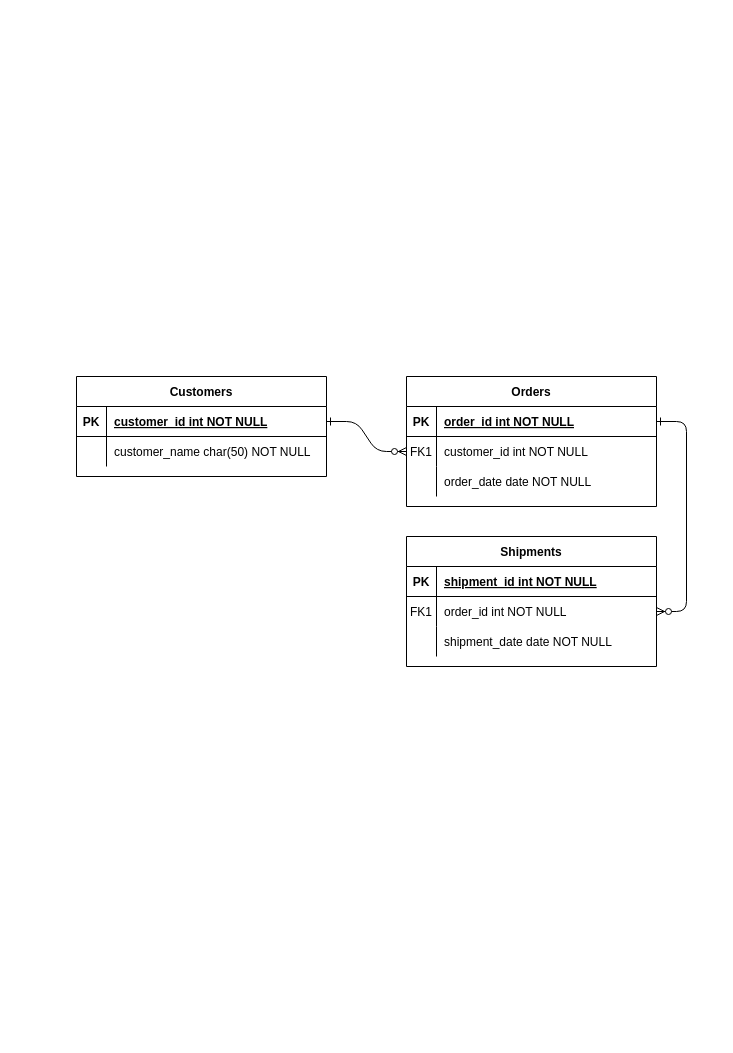
This is ecommerce/Diagrama sin título.drawio from LSyaRE/planning-digrams, a draw.io file, before an edit. Source tidied: cells renumbered, new cells numbered last; positions are measured from the earlier drawing's top-left corner, leaving out a move shared by most shapes. Both pictures are drawn from the tidied source at 100%, with x=0, y=0 at pixel (76, 376).
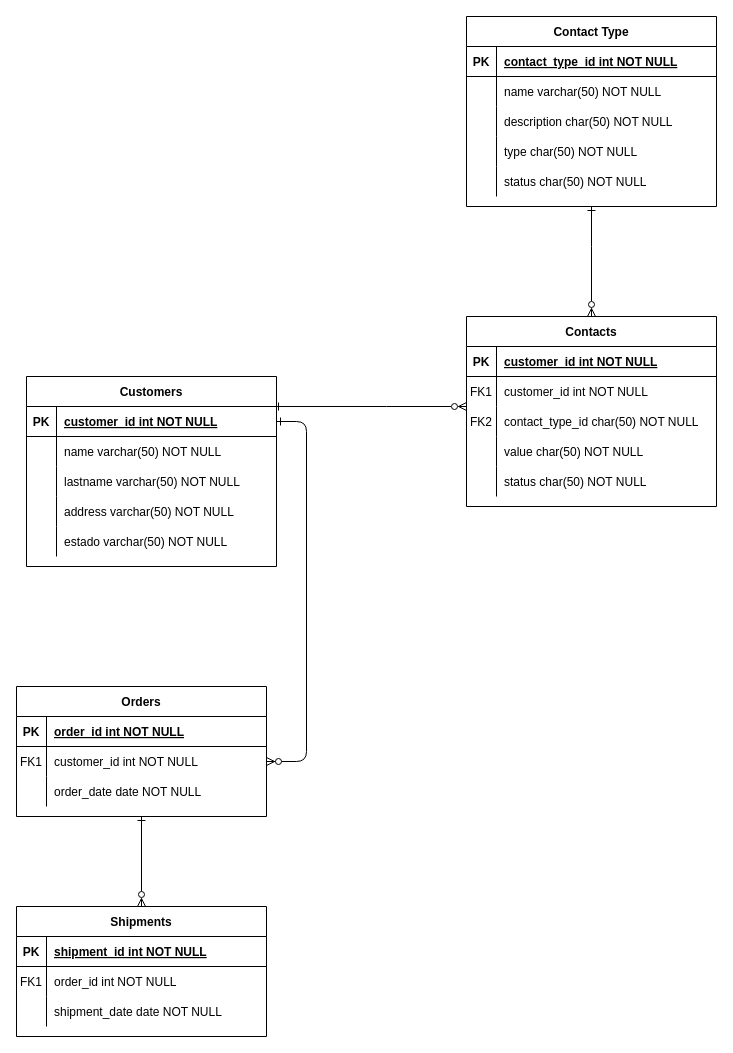
The same page after the edit.

Unchanged cells that the change refers to:
```xml
<mxCell id="5" style="shape=partialRectangle;fillColor=none;points=[[0,0.5],[1,0.5]];portConstraint=eastwest;top=0;left=0;right=0;bottom=1;" parent="4" vertex="1">
  <mxGeometry y="30" width="250" height="30" as="geometry" />
</mxCell>
<mxCell id="18" style="shape=partialRectangle;fillColor=none;points=[[0,0.5],[1,0.5]];portConstraint=eastwest;top=0;left=0;right=0;bottom=0;" parent="14" vertex="1">
  <mxGeometry y="60" width="250" height="30" as="geometry" />
</mxCell>
```

Diff of the diagram source:
```diff
@@
-    <mxCell id="3" style="edgeStyle=entityRelationEdgeStyle;endArrow=ERzeroToMany;startArrow=ERone;endFill=1;startFill=0;" parent="1" edge="1" source="5" target="18">
-      <mxGeometry relative="1" as="geometry" />
-    </mxCell>
+    <mxCell id="31" style="edgeStyle=orthogonalEdgeStyle;rounded=0;jettySize=auto;html=1;exitX=0.5;exitY=1;exitDx=0;exitDy=0;entryX=0.5;entryY=0;entryDx=0;entryDy=0;endArrow=ERzeroToMany;endFill=0;startArrow=ERone;startFill=0;" parent="1" edge="1" source="4" target="14">
+      <mxGeometry relative="1" as="geometry" />
+    </mxCell>
     <mxCell id="4" value="Orders" style="shape=table;startSize=30;childLayout=tableLayout;rowLines=0;fontStyle=1;align=center;" parent="1" vertex="1">
-      <mxGeometry x="330" width="250" height="130" as="geometry" />
+      <mxGeometry x="-60" y="310" width="250" height="130" as="geometry" />
     </mxCell>
@@
     <mxCell id="14" value="Shipments" style="shape=table;startSize=30;childLayout=tableLayout;rowLines=0;fontStyle=1;align=center;" parent="1" vertex="1">
-      <mxGeometry x="330" y="160" width="250" height="130" as="geometry" />
+      <mxGeometry x="-60" y="530" width="250" height="130" as="geometry" />
     </mxCell>
@@
     <mxCell id="24" value="Customers" style="shape=table;startSize=30;childLayout=tableLayout;rowLines=0;fontStyle=1;align=center;" parent="1" vertex="1">
-      <mxGeometry width="250" height="100" as="geometry" />
+      <mxGeometry x="-50" width="250" height="190" as="geometry" />
     </mxCell>
@@
+    <mxCell id="32" style="shape=partialRectangle;fillColor=none;top=0;left=0;right=0;bottom=0;" parent="24" vertex="1">
+      <mxGeometry y="60" width="250" height="30" as="geometry" />
+    </mxCell>
+    <mxCell id="33" style="shape=partialRectangle;overflow=hidden;fillColor=none;top=0;left=0;bottom=0;right=0;" parent="32" vertex="1">
+      <mxGeometry width="30" height="30" as="geometry" />
+    </mxCell>
+    <mxCell id="34" value="name varchar(50) NOT NULL" style="shape=partialRectangle;overflow=hidden;fillColor=none;top=0;left=0;bottom=0;right=0;align=left;spacingLeft=6;" parent="32" vertex="1">
+      <mxGeometry x="30" width="220" height="30" as="geometry" />
+    </mxCell>
+    <mxCell id="35" style="shape=partialRectangle;fillColor=none;top=0;left=0;right=0;bottom=0;" parent="24" vertex="1">
+      <mxGeometry y="90" width="250" height="30" as="geometry" />
+    </mxCell>
+    <mxCell id="36" style="shape=partialRectangle;overflow=hidden;fillColor=none;top=0;left=0;bottom=0;right=0;" parent="35" vertex="1">
+      <mxGeometry width="30" height="30" as="geometry" />
+    </mxCell>
+    <mxCell id="37" value="lastname varchar(50) NOT NULL" style="shape=partialRectangle;overflow=hidden;fillColor=none;top=0;left=0;bottom=0;right=0;align=left;spacingLeft=6;" parent="35" vertex="1">
+      <mxGeometry x="30" width="220" height="30" as="geometry" />
+    </mxCell>
+    <mxCell id="38" style="shape=partialRectangle;fillColor=none;top=0;left=0;right=0;bottom=0;" parent="24" vertex="1">
+      <mxGeometry y="120" width="250" height="30" as="geometry" />
+    </mxCell>
+    <mxCell id="39" style="shape=partialRectangle;overflow=hidden;fillColor=none;top=0;left=0;bottom=0;right=0;" parent="38" vertex="1">
+      <mxGeometry width="30" height="30" as="geometry" />
+    </mxCell>
+    <mxCell id="40" value="address varchar(50) NOT NULL" style="shape=partialRectangle;overflow=hidden;fillColor=none;top=0;left=0;bottom=0;right=0;align=left;spacingLeft=6;" parent="38" vertex="1">
+      <mxGeometry x="30" width="220" height="30" as="geometry" />
+    </mxCell>
     <mxCell id="28" style="shape=partialRectangle;fillColor=none;top=0;left=0;right=0;bottom=0;" parent="24" vertex="1">
-      <mxGeometry y="60" width="250" height="30" as="geometry" />
+      <mxGeometry y="150" width="250" height="30" as="geometry" />
     </mxCell>
@@
-    <mxCell id="30" value="customer_name char(50) NOT NULL" style="shape=partialRectangle;overflow=hidden;fillColor=none;top=0;left=0;bottom=0;right=0;align=left;spacingLeft=6;" parent="28" vertex="1">
+    <mxCell id="30" value="estado varchar(50) NOT NULL" style="shape=partialRectangle;overflow=hidden;fillColor=none;top=0;left=0;bottom=0;right=0;align=left;spacingLeft=6;" parent="28" vertex="1">
       <mxGeometry x="30" width="220" height="30" as="geometry" />
     </mxCell>
+    <mxCell id="41" style="edgeStyle=orthogonalEdgeStyle;rounded=0;jettySize=auto;html=1;entryX=0.992;entryY=0.158;entryDx=0;entryDy=0;endArrow=ERone;endFill=0;entryPerimeter=0;startArrow=ERzeroToMany;startFill=0;" parent="1" edge="1" source="42" target="24">
+      <mxGeometry relative="1" as="geometry">
+        <Array as="points">
+          <mxPoint x="310" y="30" />
+          <mxPoint x="310" y="30" />
+        </Array>
+      </mxGeometry>
+    </mxCell>
+    <mxCell id="42" value="Contacts" style="shape=table;startSize=30;childLayout=tableLayout;rowLines=0;fontStyle=1;align=center;" parent="1" vertex="1">
+      <mxGeometry x="390" y="-60" width="250" height="190" as="geometry" />
+    </mxCell>
+    <mxCell id="43" style="shape=partialRectangle;fillColor=none;top=0;left=0;right=0;bottom=1;" parent="42" vertex="1">
+      <mxGeometry y="30" width="250" height="30" as="geometry" />
+    </mxCell>
+    <mxCell id="44" value="PK" style="shape=partialRectangle;overflow=hidden;fillColor=none;top=0;left=0;bottom=0;right=0;fontStyle=1;" parent="43" vertex="1">
+      <mxGeometry width="30" height="30" as="geometry" />
+    </mxCell>
+    <mxCell id="45" value="customer_id int NOT NULL " style="shape=partialRectangle;overflow=hidden;fillColor=none;top=0;left=0;bottom=0;right=0;align=left;spacingLeft=6;fontStyle=5;" parent="43" vertex="1">
+      <mxGeometry x="30" width="220" height="30" as="geometry" />
+    </mxCell>
+    <mxCell id="46" style="shape=partialRectangle;fillColor=none;top=0;left=0;right=0;bottom=0;" parent="42" vertex="1">
+      <mxGeometry y="60" width="250" height="30" as="geometry" />
+    </mxCell>
+    <mxCell id="47" value="FK1" style="shape=partialRectangle;overflow=hidden;fillColor=none;top=0;left=0;bottom=0;right=0;" parent="46" vertex="1">
+      <mxGeometry width="30" height="30" as="geometry" />
+    </mxCell>
+    <mxCell id="48" value="customer_id int NOT NULL" style="shape=partialRectangle;overflow=hidden;fillColor=none;top=0;left=0;bottom=0;right=0;align=left;spacingLeft=6;" parent="46" vertex="1">
+      <mxGeometry x="30" width="220" height="30" as="geometry" />
+    </mxCell>
+    <mxCell id="49" style="shape=partialRectangle;fillColor=none;top=0;left=0;right=0;bottom=0;" parent="42" vertex="1">
+      <mxGeometry y="90" width="250" height="30" as="geometry" />
+    </mxCell>
+    <mxCell id="50" value="FK2" style="shape=partialRectangle;overflow=hidden;fillColor=none;top=0;left=0;bottom=0;right=0;" parent="49" vertex="1">
+      <mxGeometry width="30" height="30" as="geometry" />
+    </mxCell>
+    <mxCell id="51" value="contact_type_id char(50) NOT NULL" style="shape=partialRectangle;overflow=hidden;fillColor=none;top=0;left=0;bottom=0;right=0;align=left;spacingLeft=6;" parent="49" vertex="1">
+      <mxGeometry x="30" width="220" height="30" as="geometry" />
+    </mxCell>
+    <mxCell id="52" style="shape=partialRectangle;fillColor=none;top=0;left=0;right=0;bottom=0;" parent="42" vertex="1">
+      <mxGeometry y="120" width="250" height="30" as="geometry" />
+    </mxCell>
+    <mxCell id="53" style="shape=partialRectangle;overflow=hidden;fillColor=none;top=0;left=0;bottom=0;right=0;" parent="52" vertex="1">
+      <mxGeometry width="30" height="30" as="geometry" />
+    </mxCell>
+    <mxCell id="54" value="value char(50) NOT NULL" style="shape=partialRectangle;overflow=hidden;fillColor=none;top=0;left=0;bottom=0;right=0;align=left;spacingLeft=6;" parent="52" vertex="1">
+      <mxGeometry x="30" width="220" height="30" as="geometry" />
+    </mxCell>
+    <mxCell id="55" style="shape=partialRectangle;fillColor=none;top=0;left=0;right=0;bottom=0;" parent="42" vertex="1">
+      <mxGeometry y="150" width="250" height="30" as="geometry" />
+    </mxCell>
+    <mxCell id="56" style="shape=partialRectangle;overflow=hidden;fillColor=none;top=0;left=0;bottom=0;right=0;" parent="55" vertex="1">
+      <mxGeometry width="30" height="30" as="geometry" />
+    </mxCell>
+    <mxCell id="57" value="status char(50) NOT NULL" style="shape=partialRectangle;overflow=hidden;fillColor=none;top=0;left=0;bottom=0;right=0;align=left;spacingLeft=6;" parent="55" vertex="1">
+      <mxGeometry x="30" width="220" height="30" as="geometry" />
+    </mxCell>
+    <mxCell id="58" value="Contact Type" style="shape=table;startSize=30;childLayout=tableLayout;rowLines=0;fontStyle=1;align=center;" parent="1" vertex="1">
+      <mxGeometry x="390" y="-360" width="250" height="190" as="geometry" />
+    </mxCell>
+    <mxCell id="59" style="shape=partialRectangle;fillColor=none;top=0;left=0;right=0;bottom=1;" parent="58" vertex="1">
+      <mxGeometry y="30" width="250" height="30" as="geometry" />
+    </mxCell>
+    <mxCell id="60" value="PK" style="shape=partialRectangle;overflow=hidden;fillColor=none;top=0;left=0;bottom=0;right=0;fontStyle=1;" parent="59" vertex="1">
+      <mxGeometry width="30" height="30" as="geometry" />
+    </mxCell>
+    <mxCell id="61" value="contact_type_id int NOT NULL " style="shape=partialRectangle;overflow=hidden;fillColor=none;top=0;left=0;bottom=0;right=0;align=left;spacingLeft=6;fontStyle=5;" parent="59" vertex="1">
+      <mxGeometry x="30" width="220" height="30" as="geometry" />
+    </mxCell>
+    <mxCell id="62" style="shape=partialRectangle;fillColor=none;top=0;left=0;right=0;bottom=0;" parent="58" vertex="1">
+      <mxGeometry y="60" width="250" height="30" as="geometry" />
+    </mxCell>
+    <mxCell id="63" style="shape=partialRectangle;overflow=hidden;fillColor=none;top=0;left=0;bottom=0;right=0;" parent="62" vertex="1">
+      <mxGeometry width="30" height="30" as="geometry" />
+    </mxCell>
+    <mxCell id="64" value="name varchar(50) NOT NULL" style="shape=partialRectangle;overflow=hidden;fillColor=none;top=0;left=0;bottom=0;right=0;align=left;spacingLeft=6;" parent="62" vertex="1">
+      <mxGeometry x="30" width="220" height="30" as="geometry" />
+    </mxCell>
+    <mxCell id="65" style="shape=partialRectangle;fillColor=none;top=0;left=0;right=0;bottom=0;" parent="58" vertex="1">
+      <mxGeometry y="90" width="250" height="30" as="geometry" />
+    </mxCell>
+    <mxCell id="66" style="shape=partialRectangle;overflow=hidden;fillColor=none;top=0;left=0;bottom=0;right=0;" parent="65" vertex="1">
+      <mxGeometry width="30" height="30" as="geometry" />
+    </mxCell>
+    <mxCell id="67" value="description char(50) NOT NULL" style="shape=partialRectangle;overflow=hidden;fillColor=none;top=0;left=0;bottom=0;right=0;align=left;spacingLeft=6;" parent="65" vertex="1">
+      <mxGeometry x="30" width="220" height="30" as="geometry" />
+    </mxCell>
+    <mxCell id="68" style="shape=partialRectangle;fillColor=none;top=0;left=0;right=0;bottom=0;" parent="58" vertex="1">
+      <mxGeometry y="120" width="250" height="30" as="geometry" />
+    </mxCell>
+    <mxCell id="69" style="shape=partialRectangle;overflow=hidden;fillColor=none;top=0;left=0;bottom=0;right=0;" parent="68" vertex="1">
+      <mxGeometry width="30" height="30" as="geometry" />
+    </mxCell>
+    <mxCell id="70" value="type char(50) NOT NULL" style="shape=partialRectangle;overflow=hidden;fillColor=none;top=0;left=0;bottom=0;right=0;align=left;spacingLeft=6;" parent="68" vertex="1">
+      <mxGeometry x="30" width="220" height="30" as="geometry" />
+    </mxCell>
+    <mxCell id="71" style="shape=partialRectangle;fillColor=none;top=0;left=0;right=0;bottom=0;" parent="58" vertex="1">
+      <mxGeometry y="150" width="250" height="30" as="geometry" />
+    </mxCell>
+    <mxCell id="72" style="shape=partialRectangle;overflow=hidden;fillColor=none;top=0;left=0;bottom=0;right=0;" parent="71" vertex="1">
+      <mxGeometry width="30" height="30" as="geometry" />
+    </mxCell>
+    <mxCell id="73" value="status char(50) NOT NULL" style="shape=partialRectangle;overflow=hidden;fillColor=none;top=0;left=0;bottom=0;right=0;align=left;spacingLeft=6;" parent="71" vertex="1">
+      <mxGeometry x="30" width="220" height="30" as="geometry" />
+    </mxCell>
+    <mxCell id="74" style="edgeStyle=orthogonalEdgeStyle;rounded=0;jettySize=auto;html=1;entryX=0.5;entryY=1;entryDx=0;entryDy=0;endArrow=ERone;endFill=0;startArrow=ERzeroToMany;startFill=0;exitX=0.5;exitY=0;exitDx=0;exitDy=0;" parent="1" edge="1" source="42" target="58">
+      <mxGeometry relative="1" as="geometry">
+        <Array as="points">
+          <mxPoint x="515" y="-130" />
+          <mxPoint x="515" y="-130" />
+        </Array>
+      </mxGeometry>
+    </mxCell>
```
